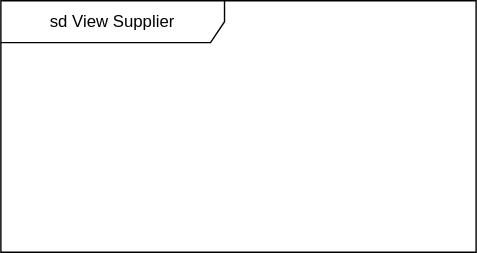
Earlier version of the draw.io export view_supp.svg (Simamkele88/IFM3_GP). Source tidied: cells renumbered, new cells last; positions are measured from the earlier drawing's top-left corner, leaving out a move shared by most shapes.
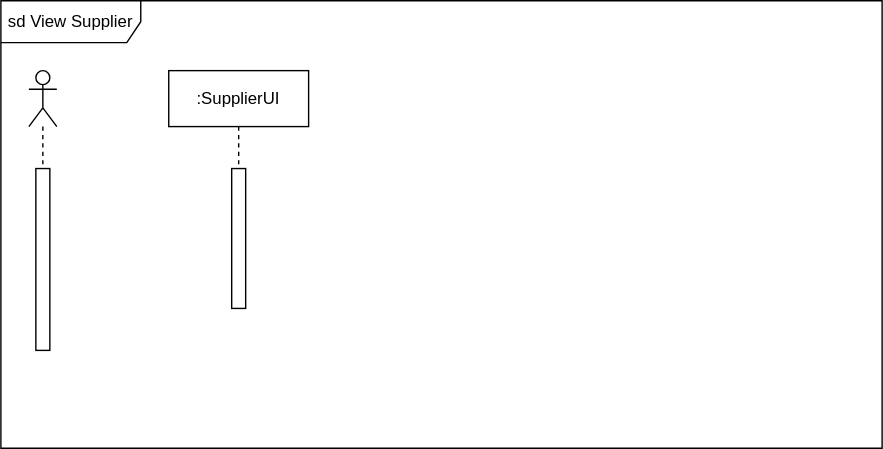
The same file after the commit.

What changed in the source:
```diff
@@ -2,8 +2,20 @@
   <root>
     <mxCell id="0" />
     <mxCell id="1" parent="0" />
-    <mxCell id="2" value="sd View Supplier" style="shape=umlFrame;whiteSpace=wrap;html=1;width=160;" parent="1" vertex="1">
-      <mxGeometry width="340" height="180" as="geometry" />
+    <mxCell id="2" value="sd View Supplier" style="shape=umlFrame;whiteSpace=wrap;html=1;width=100;height=30;" parent="1" vertex="1">
+      <mxGeometry width="630" height="320" as="geometry" />
     </mxCell>
+    <mxCell id="3" style="shape=umlLifeline;perimeter=lifelinePerimeter;whiteSpace=wrap;html=1;newEdgeStyle={&quot;curved&quot;:0,&quot;rounded&quot;:0};participant=umlActor;" parent="1" vertex="1">
+      <mxGeometry x="20" y="50" width="20" height="80" as="geometry" />
+    </mxCell>
+    <mxCell id="4" value=":SupplierUI" style="shape=umlLifeline;perimeter=lifelinePerimeter;whiteSpace=wrap;html=1;newEdgeStyle={&quot;curved&quot;:0,&quot;rounded&quot;:0};" parent="1" vertex="1">
+      <mxGeometry x="120" y="50" width="100" height="170" as="geometry" />
+    </mxCell>
+    <mxCell id="5" style="html=1;perimeter=orthogonalPerimeter;targetShapes=umlLifeline;newEdgeStyle={&quot;curved&quot;:0,&quot;rounded&quot;:0};" parent="4" vertex="1">
+      <mxGeometry x="45" y="70" width="10" height="100" as="geometry" />
+    </mxCell>
+    <mxCell id="6" style="html=1;perimeter=orthogonalPerimeter;targetShapes=umlLifeline;newEdgeStyle={&quot;curved&quot;:0,&quot;rounded&quot;:0};" parent="1" vertex="1">
+      <mxGeometry x="25" y="120" width="10" height="130" as="geometry" />
+    </mxCell>
   </root>
 </mxGraphModel>
```
